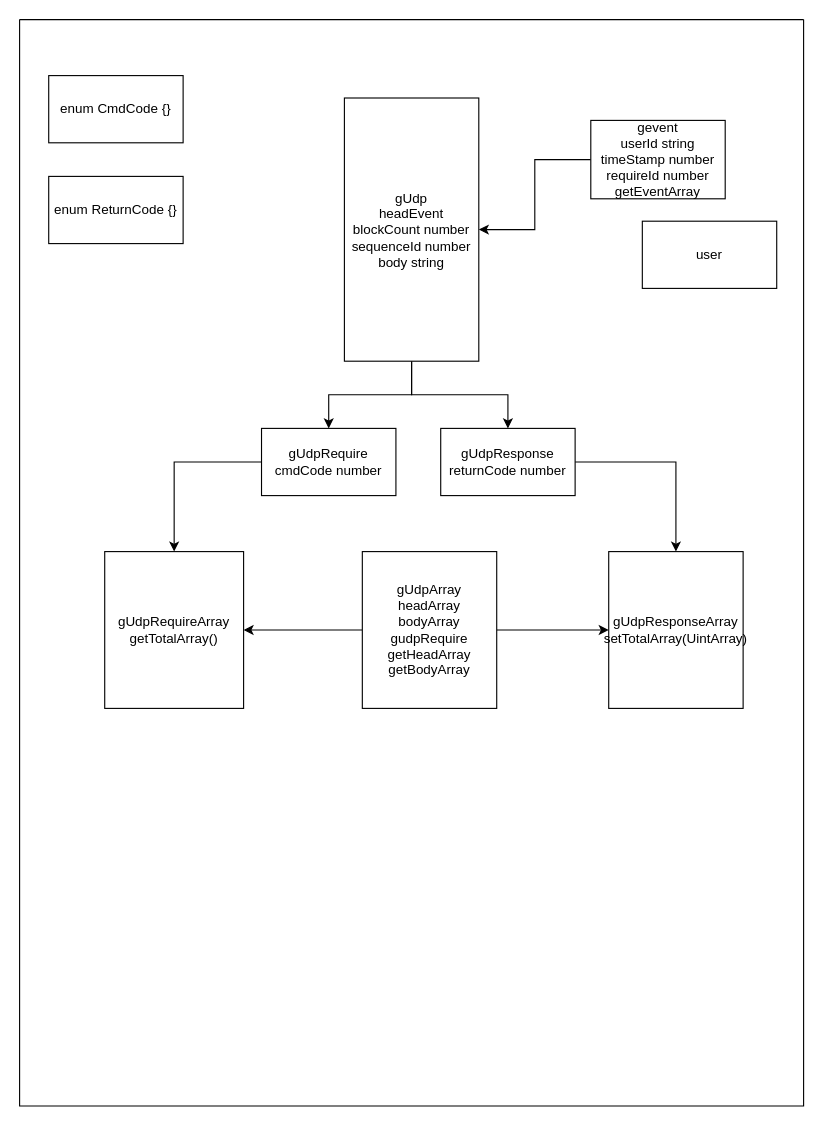
605682883/flowPhoto keeps this draw.io diagram as Untitled Diagram.drawio. Above is the earlier version. Source tidied: cells renumbered, new cells numbered last; positions are measured from the earlier drawing's top-left corner, leaving out a move shared by most shapes. Both pictures are drawn from the tidied source at 112%, with x=0, y=0 at pixel (19, 19).
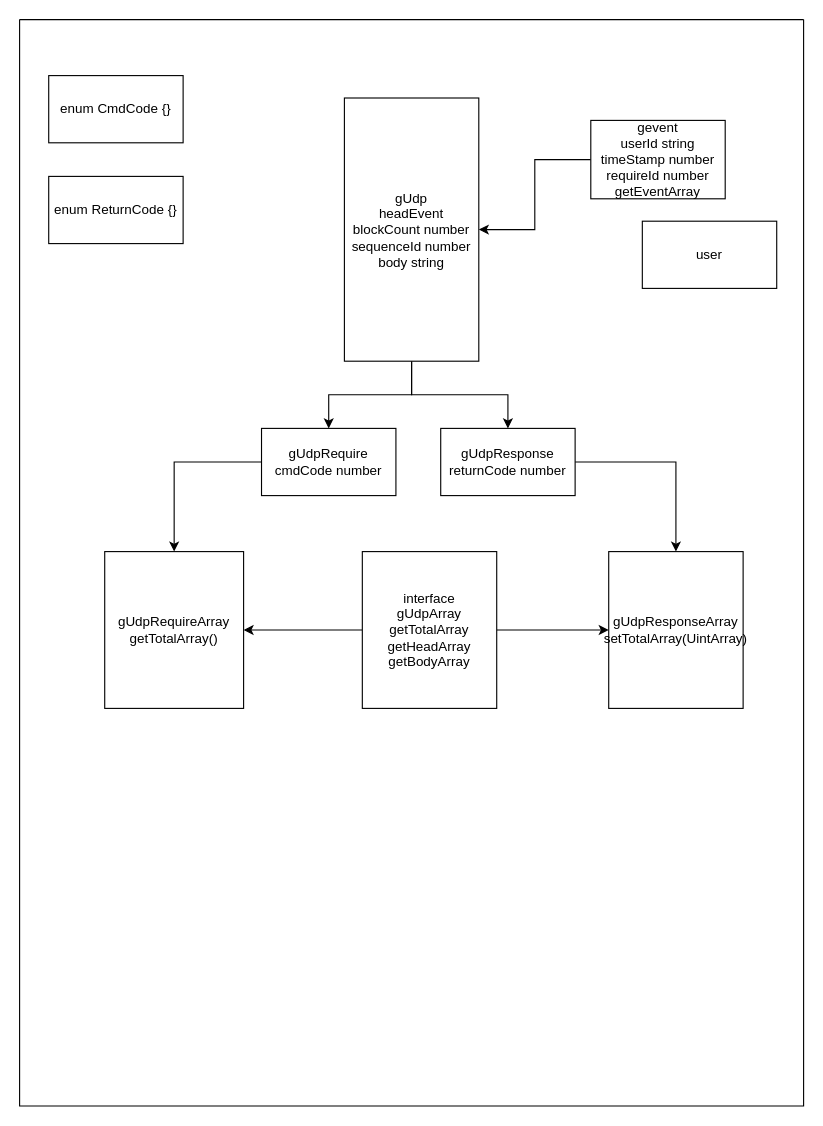
The same diagram, later.

Change to the diagram source:
```diff
@@
 <mxGraphModel>
   <root>
     <mxCell id="0" />
     <mxCell id="1" parent="0" />
     <mxCell id="2" style="swimlane;startSize=0;" parent="1" vertex="1">
       <mxGeometry width="700" height="970" as="geometry" />
     </mxCell>
     <mxCell id="3" value="user" style="rounded=0;whiteSpace=wrap;html=1;" parent="2" vertex="1">
       <mxGeometry x="556" y="180" width="120" height="60" as="geometry" />
     </mxCell>
     <mxCell id="4" style="edgeStyle=orthogonalEdgeStyle;rounded=0;jettySize=auto;html=1;" parent="2" edge="1" source="6" target="16">
       <mxGeometry relative="1" as="geometry" />
     </mxCell>
     <mxCell id="5" style="edgeStyle=orthogonalEdgeStyle;rounded=0;jettySize=auto;html=1;" parent="2" edge="1" source="6" target="17">
       <mxGeometry relative="1" as="geometry" />
     </mxCell>
-    <mxCell id="6" value="gUdpArray&lt;br&gt;headArray&lt;br&gt;bodyArray&lt;br&gt;gudpRequire&lt;br&gt;getHeadArray&lt;br&gt;getBodyArray" style="rounded=0;whiteSpace=wrap;html=1;" parent="2" vertex="1">
+    <mxCell id="6" value="interface&lt;br&gt;gUdpArray&lt;br&gt;getTotalArray&lt;br&gt;getHeadArray&lt;br&gt;getBodyArray" style="rounded=0;whiteSpace=wrap;html=1;" parent="2" vertex="1">
       <mxGeometry x="306" y="475" width="120" height="140" as="geometry" />
     </mxCell>
     <mxCell id="7" style="edgeStyle=orthogonalEdgeStyle;rounded=0;jettySize=auto;html=1;entryX=1;entryY=0.5;entryDx=0;entryDy=0;" parent="2" edge="1" source="8" target="11">
       <mxGeometry relative="1" as="geometry" />
     </mxCell>
     <mxCell id="8" value="gevent&lt;br&gt;userId string&lt;br&gt;timeStamp number&lt;br&gt;requireId number&lt;br&gt;getEventArray" style="rounded=0;whiteSpace=wrap;html=1;" parent="2" vertex="1">
       <mxGeometry x="510" y="90" width="120" height="70" as="geometry" />
     </mxCell>
     <mxCell id="9" style="edgeStyle=orthogonalEdgeStyle;rounded=0;jettySize=auto;html=1;" parent="2" edge="1" source="11" target="13">
       <mxGeometry relative="1" as="geometry" />
     </mxCell>
     <mxCell id="10" style="edgeStyle=orthogonalEdgeStyle;rounded=0;jettySize=auto;html=1;" parent="2" edge="1" source="11" target="15">
       <mxGeometry relative="1" as="geometry" />
     </mxCell>
     <mxCell id="11" value="gUdp&lt;br&gt;headEvent&lt;br&gt;blockCount number&lt;br&gt;sequenceId number&lt;br&gt;body string" style="rounded=0;whiteSpace=wrap;html=1;" parent="2" vertex="1">
       <mxGeometry x="290" y="70" width="120" height="235" as="geometry" />
     </mxCell>
     <mxCell id="12" style="edgeStyle=orthogonalEdgeStyle;rounded=0;jettySize=auto;html=1;entryX=0.5;entryY=0;entryDx=0;entryDy=0;" parent="2" edge="1" source="13" target="16">
       <mxGeometry relative="1" as="geometry" />
     </mxCell>
     <mxCell id="13" value="&lt;span&gt;gUdpRequire&lt;br&gt;cmdCode number&lt;/span&gt;" style="rounded=0;whiteSpace=wrap;html=1;" parent="2" vertex="1">
       <mxGeometry x="216" y="365" width="120" height="60" as="geometry" />
     </mxCell>
     <mxCell id="14" style="edgeStyle=orthogonalEdgeStyle;rounded=0;jettySize=auto;html=1;entryX=0.5;entryY=0;entryDx=0;entryDy=0;" parent="2" edge="1" source="15" target="17">
       <mxGeometry relative="1" as="geometry" />
     </mxCell>
     <mxCell id="15" value="&lt;span&gt;gUdpResponse&lt;br&gt;returnCode number&lt;/span&gt;" style="rounded=0;whiteSpace=wrap;html=1;" parent="2" vertex="1">
       <mxGeometry x="376" y="365" width="120" height="60" as="geometry" />
     </mxCell>
     <mxCell id="16" value="gUdpRequireArray&lt;br&gt;getTotalArray()" style="rounded=0;whiteSpace=wrap;html=1;" parent="2" vertex="1">
       <mxGeometry x="76" y="475" width="124" height="140" as="geometry" />
     </mxCell>
     <mxCell id="17" value="gUdpResponseArray&lt;br&gt;setTotalArray(UintArray)" style="rounded=0;whiteSpace=wrap;html=1;" parent="2" vertex="1">
       <mxGeometry x="526" y="475" width="120" height="140" as="geometry" />
     </mxCell>
     <mxCell id="18" value="enum CmdCode {}" style="rounded=0;whiteSpace=wrap;html=1;" parent="2" vertex="1">
       <mxGeometry x="26" y="50" width="120" height="60" as="geometry" />
     </mxCell>
     <mxCell id="19" value="enum ReturnCode {}" style="rounded=0;whiteSpace=wrap;html=1;" parent="2" vertex="1">
       <mxGeometry x="26" y="140" width="120" height="60" as="geometry" />
     </mxCell>
   </root>
 </mxGraphModel>
```
